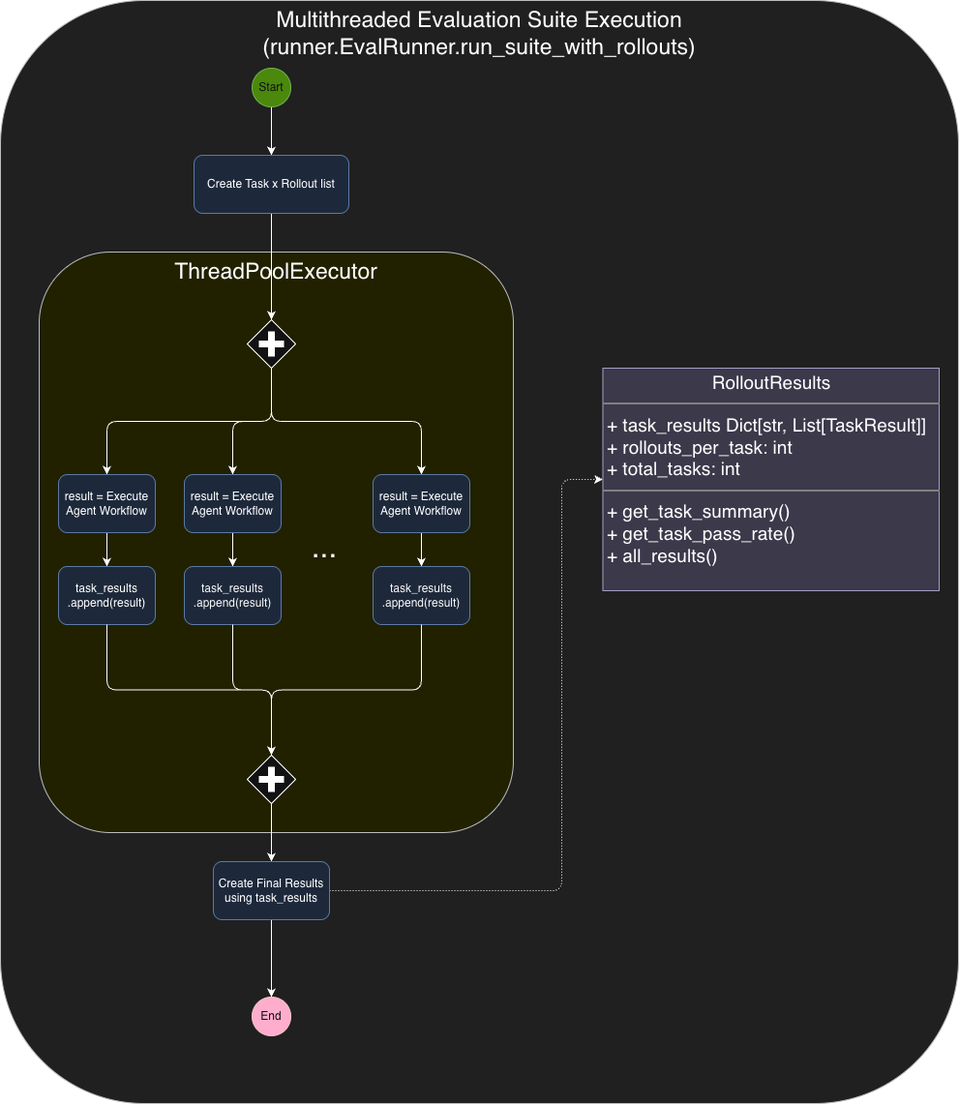
This is blog_post/diagrams/multithreaded_eval_suite.png from jbthejedi/llm-repo-agent, a draw.io export, as it was before one commit. Source tidied: cells renumbered, new cells last; positions are measured from the earlier drawing's top-left corner, leaving out a move shared by most shapes.
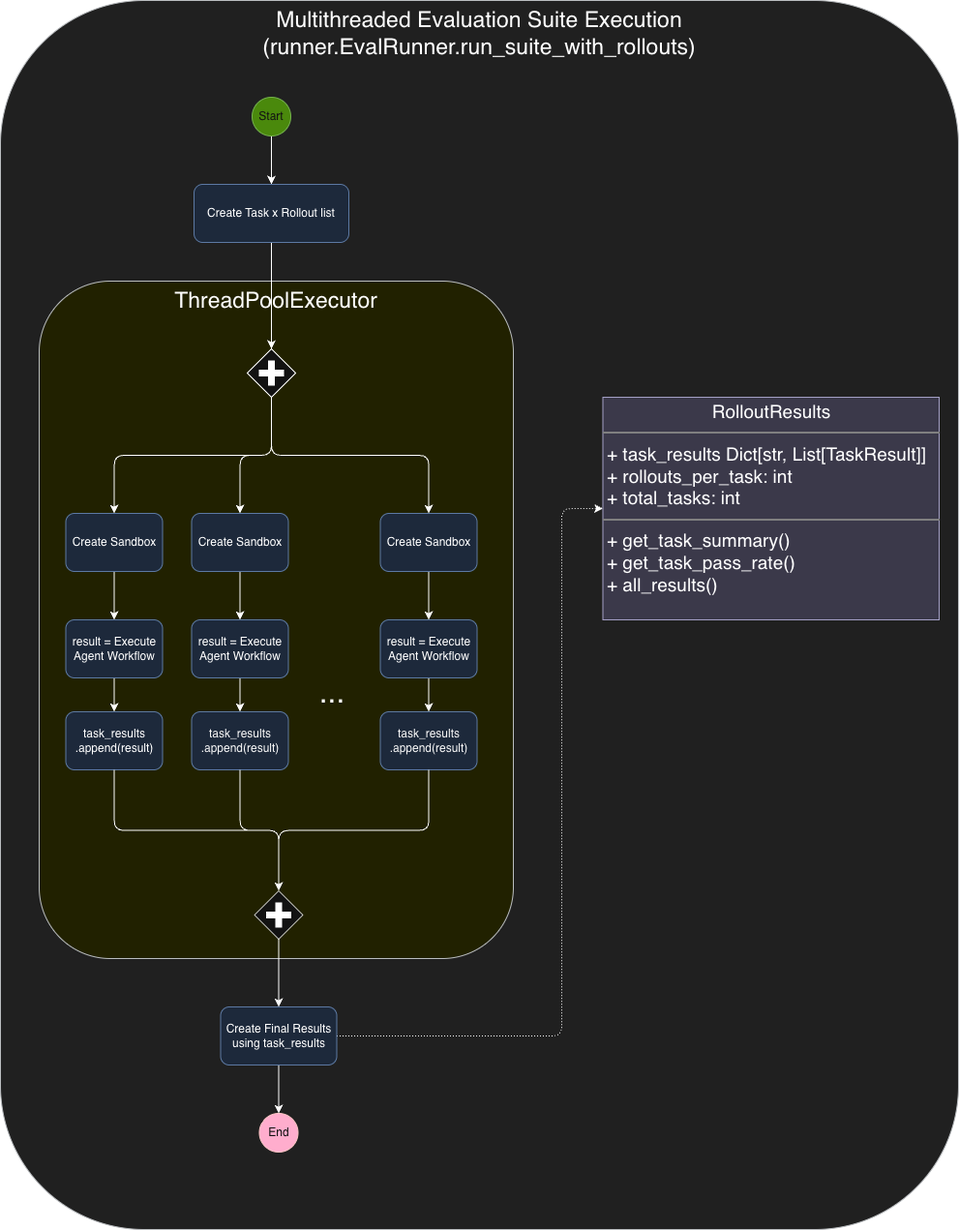
After the commit.

Change to the diagram source:
```diff
@@ -3,10 +3,10 @@
     <mxCell id="0" />
     <mxCell id="1" parent="0" />
     <mxCell id="2" value="Multithreaded Evaluation Suite Execution&lt;div&gt;(runner.EvalRunner.run_suite_with_rollouts)&lt;/div&gt;" style="rounded=1;whiteSpace=wrap;html=1;fillColor=#eeeeee;strokeColor=#36393d;verticalAlign=top;fontSize=23;" parent="1" vertex="1">
-      <mxGeometry width="990" height="1140" as="geometry" />
+      <mxGeometry y="-30" width="990" height="1270" as="geometry" />
     </mxCell>
     <mxCell id="3" value="ThreadPoolExecutor" style="rounded=1;whiteSpace=wrap;html=1;verticalAlign=top;fontSize=23;fillColor=#ffff88;strokeColor=#36393d;" parent="1" vertex="1">
-      <mxGeometry x="40" y="260" width="490" height="600" as="geometry" />
+      <mxGeometry x="40" y="260" width="490" height="700" as="geometry" />
     </mxCell>
     <mxCell id="4" style="edgeStyle=none;html=1;exitX=0.5;exitY=1;exitDx=0;exitDy=0;entryX=0.5;entryY=0;entryDx=0;entryDy=0;" parent="1" edge="1" source="5" target="10">
       <mxGeometry relative="1" as="geometry" />
@@ -18,7 +18,7 @@
       <mxGeometry relative="1" as="geometry" />
     </mxCell>
     <mxCell id="7" value="End" style="ellipse;whiteSpace=wrap;html=1;fillColor=#a20025;fontColor=#ffffff;strokeColor=#6F0000;" parent="1" vertex="1">
-      <mxGeometry x="260" y="1030" width="40" height="40" as="geometry" />
+      <mxGeometry x="267.5" y="1120" width="40" height="40" as="geometry" />
     </mxCell>
     <mxCell id="8" value="&lt;p style=&quot;margin:0px;margin-top:4px;text-align:center;&quot;&gt;&lt;font style=&quot;color: light-dark(rgb(0, 0, 0), rgb(255, 255, 255));&quot;&gt;RolloutResults&lt;/font&gt;&lt;/p&gt;&lt;hr style=&quot;border-style:solid;&quot;&gt;&lt;p style=&quot;margin:0px;margin-left:4px;&quot;&gt;&lt;font style=&quot;color: light-dark(rgb(0, 0, 0), rgb(255, 255, 255));&quot;&gt;+ task_results Dict[str, List[TaskResult]]&lt;br&gt;+ rollouts_per_task: int&lt;/font&gt;&lt;/p&gt;&lt;p style=&quot;margin:0px;margin-left:4px;&quot;&gt;&lt;font style=&quot;color: light-dark(rgb(0, 0, 0), rgb(255, 255, 255));&quot;&gt;+ total_tasks: int&lt;/font&gt;&lt;/p&gt;&lt;hr style=&quot;border-style:solid;&quot;&gt;&lt;p style=&quot;scrollbar-color: rgb(75, 75, 75) rgb(27, 29, 30); margin: 0px 0px 0px 4px; color: rgb(192, 192, 192);&quot;&gt;&lt;font style=&quot;color: light-dark(rgb(0, 0, 0), rgb(255, 255, 255));&quot;&gt;+ get_task_summary()&lt;/font&gt;&lt;/p&gt;&lt;p style=&quot;scrollbar-color: rgb(75, 75, 75) rgb(27, 29, 30); margin: 0px 0px 0px 4px; color: rgb(192, 192, 192);&quot;&gt;&lt;font style=&quot;color: light-dark(rgb(0, 0, 0), rgb(255, 255, 255));&quot;&gt;+ get_task_pass_rate()&lt;br style=&quot;scrollbar-color: rgb(75, 75, 75) rgb(27, 29, 30); color: rgb(192, 192, 192);&quot;&gt;&lt;/font&gt;&lt;/p&gt;&lt;p style=&quot;scrollbar-color: rgb(75, 75, 75) rgb(27, 29, 30); margin: 0px 0px 0px 4px; color: rgb(192, 192, 192);&quot;&gt;&lt;font style=&quot;color: light-dark(rgb(0, 0, 0), rgb(255, 255, 255));&quot;&gt;+ all_results()&lt;/font&gt;&lt;/p&gt;" style="verticalAlign=top;align=left;overflow=fill;html=1;whiteSpace=wrap;fontSize=19;fillColor=#d0cee2;strokeColor=#56517e;labelBackgroundColor=none;" parent="1" vertex="1">
       <mxGeometry x="622.5" y="380" width="347.5" height="230" as="geometry" />
@@ -29,15 +29,15 @@
     <mxCell id="10" value="Create Task x Rollout list" style="rounded=1;whiteSpace=wrap;html=1;fillColor=#dae8fc;strokeColor=#6c8ebf;" parent="1" vertex="1">
       <mxGeometry x="200" y="160" width="160" height="60" as="geometry" />
     </mxCell>
-    <mxCell id="11" style="edgeStyle=orthogonalEdgeStyle;html=1;exitX=0.5;exitY=1;exitDx=0;exitDy=0;exitPerimeter=0;entryX=0.5;entryY=0;entryDx=0;entryDy=0;" parent="1" edge="1" source="14" target="18">
-      <mxGeometry relative="1" as="geometry" />
-    </mxCell>
-    <mxCell id="12" style="edgeStyle=orthogonalEdgeStyle;html=1;exitX=0.5;exitY=1;exitDx=0;exitDy=0;exitPerimeter=0;entryX=0.5;entryY=0;entryDx=0;entryDy=0;" parent="1" edge="1" source="14" target="20">
-      <mxGeometry relative="1" as="geometry" />
-    </mxCell>
-    <mxCell id="13" style="edgeStyle=orthogonalEdgeStyle;html=1;exitX=0.5;exitY=1;exitDx=0;exitDy=0;exitPerimeter=0;entryX=0.5;entryY=0;entryDx=0;entryDy=0;" parent="1" edge="1" source="14" target="22">
-      <mxGeometry relative="1" as="geometry" />
-    </mxCell>
+    <mxCell id="32" style="edgeStyle=orthogonalEdgeStyle;html=1;exitX=0.5;exitY=1;exitDx=0;exitDy=0;exitPerimeter=0;entryX=0.5;entryY=0;entryDx=0;entryDy=0;" parent="1" edge="1" source="14" target="36">
+      <mxGeometry relative="1" as="geometry" />
+    </mxCell>
+    <mxCell id="33" style="edgeStyle=orthogonalEdgeStyle;html=1;exitX=0.5;exitY=1;exitDx=0;exitDy=0;exitPerimeter=0;entryX=0.5;entryY=0;entryDx=0;entryDy=0;" parent="1" edge="1" source="14" target="38">
+      <mxGeometry relative="1" as="geometry" />
+    </mxCell>
+    <mxCell id="34" style="edgeStyle=orthogonalEdgeStyle;html=1;exitX=0.5;exitY=1;exitDx=0;exitDy=0;exitPerimeter=0;entryX=0.5;entryY=0;entryDx=0;entryDy=0;" parent="1" edge="1" source="14" target="40">
+      <mxGeometry relative="1" as="geometry" />
+    </mxCell>
     <mxCell id="14" style="points=[[0.25,0.25,0],[0.5,0,0],[0.75,0.25,0],[1,0.5,0],[0.75,0.75,0],[0.5,1,0],[0.25,0.75,0],[0,0.5,0]];shape=mxgraph.bpmn.gateway2;html=1;verticalLabelPosition=bottom;labelBackgroundColor=#ffffff;verticalAlign=top;align=center;perimeter=rhombusPerimeter;outlineConnect=0;outline=none;symbol=none;gwType=parallel;" parent="1" vertex="1">
       <mxGeometry x="255" y="330" width="50" height="50" as="geometry" />
     </mxCell>
@@ -45,37 +45,37 @@
       <mxGeometry relative="1" as="geometry" />
     </mxCell>
     <mxCell id="16" style="points=[[0.25,0.25,0],[0.5,0,0],[0.75,0.25,0],[1,0.5,0],[0.75,0.75,0],[0.5,1,0],[0.25,0.75,0],[0,0.5,0]];shape=mxgraph.bpmn.gateway2;html=1;verticalLabelPosition=bottom;labelBackgroundColor=#ffffff;verticalAlign=top;align=center;perimeter=rhombusPerimeter;outlineConnect=0;outline=none;symbol=none;gwType=parallel;" parent="1" vertex="1">
-      <mxGeometry x="255" y="780" width="50" height="50" as="geometry" />
+      <mxGeometry x="262.5" y="890" width="50" height="50" as="geometry" />
     </mxCell>
     <mxCell id="17" style="edgeStyle=none;html=1;exitX=0.5;exitY=1;exitDx=0;exitDy=0;entryX=0.5;entryY=0;entryDx=0;entryDy=0;" parent="1" edge="1" source="18" target="24">
       <mxGeometry relative="1" as="geometry" />
     </mxCell>
     <mxCell id="18" value="result = Execute Agent Workflow" style="rounded=1;whiteSpace=wrap;html=1;fillColor=#dae8fc;strokeColor=#6c8ebf;fontColor=light-dark(#000000,#FFFFFF);" parent="1" vertex="1">
-      <mxGeometry x="60" y="490" width="100" height="60" as="geometry" />
+      <mxGeometry x="67.5" y="610" width="100" height="60" as="geometry" />
     </mxCell>
     <mxCell id="19" style="edgeStyle=none;html=1;exitX=0.5;exitY=1;exitDx=0;exitDy=0;entryX=0.5;entryY=0;entryDx=0;entryDy=0;" parent="1" edge="1" source="20" target="25">
       <mxGeometry relative="1" as="geometry" />
     </mxCell>
     <mxCell id="20" value="&lt;span style=&quot;&quot;&gt;result = Execute Agent Workflow&lt;/span&gt;" style="rounded=1;whiteSpace=wrap;html=1;fillColor=#dae8fc;strokeColor=#6c8ebf;fontColor=light-dark(#000000,#FFFFFF);" parent="1" vertex="1">
-      <mxGeometry x="190" y="490" width="100" height="60" as="geometry" />
+      <mxGeometry x="197.5" y="610" width="100" height="60" as="geometry" />
     </mxCell>
     <mxCell id="21" style="edgeStyle=none;html=1;exitX=0.5;exitY=1;exitDx=0;exitDy=0;entryX=0.5;entryY=0;entryDx=0;entryDy=0;" parent="1" edge="1" source="22" target="26">
       <mxGeometry relative="1" as="geometry" />
     </mxCell>
     <mxCell id="22" value="&lt;span style=&quot;&quot;&gt;result = Execute Agent Workflow&lt;/span&gt;" style="rounded=1;whiteSpace=wrap;html=1;fillColor=#dae8fc;strokeColor=#6c8ebf;fontColor=light-dark(#000000,#FFFFFF);" parent="1" vertex="1">
-      <mxGeometry x="385" y="490" width="100" height="60" as="geometry" />
+      <mxGeometry x="392.5" y="610" width="100" height="60" as="geometry" />
     </mxCell>
     <mxCell id="23" value="..." style="text;html=1;align=center;verticalAlign=middle;whiteSpace=wrap;rounded=0;fontSize=32;" parent="1" vertex="1">
-      <mxGeometry x="305" y="550" width="60" height="30" as="geometry" />
+      <mxGeometry x="312.5" y="670" width="60" height="30" as="geometry" />
     </mxCell>
     <mxCell id="24" value="task_results&lt;div&gt;.append(result)&lt;/div&gt;" style="rounded=1;whiteSpace=wrap;html=1;fillColor=#dae8fc;strokeColor=#6c8ebf;" parent="1" vertex="1">
-      <mxGeometry x="60" y="585" width="100" height="60" as="geometry" />
+      <mxGeometry x="67.5" y="705" width="100" height="60" as="geometry" />
     </mxCell>
     <mxCell id="25" value="&lt;span style=&quot;&quot;&gt;task_results&lt;/span&gt;&lt;div style=&quot;scrollbar-color: rgb(75, 75, 75) rgb(27, 29, 30);&quot;&gt;.append(result)&lt;/div&gt;" style="rounded=1;whiteSpace=wrap;html=1;fillColor=#dae8fc;strokeColor=#6c8ebf;fontColor=light-dark(#000000,#F5F5F5);" parent="1" vertex="1">
-      <mxGeometry x="190" y="585" width="100" height="60" as="geometry" />
+      <mxGeometry x="197.5" y="705" width="100" height="60" as="geometry" />
     </mxCell>
     <mxCell id="26" value="&lt;span style=&quot;&quot;&gt;task_results&lt;/span&gt;&lt;div style=&quot;scrollbar-color: rgb(75, 75, 75) rgb(27, 29, 30);&quot;&gt;.append(result)&lt;/div&gt;" style="rounded=1;whiteSpace=wrap;html=1;fillColor=#dae8fc;strokeColor=#6c8ebf;fontColor=light-dark(#000000,#F5F5F5);" parent="1" vertex="1">
-      <mxGeometry x="385" y="585" width="100" height="60" as="geometry" />
+      <mxGeometry x="392.5" y="705" width="100" height="60" as="geometry" />
     </mxCell>
     <mxCell id="27" style="edgeStyle=orthogonalEdgeStyle;html=1;exitX=0.5;exitY=1;exitDx=0;exitDy=0;entryX=0.5;entryY=0;entryDx=0;entryDy=0;entryPerimeter=0;" parent="1" edge="1" source="24" target="16">
       <mxGeometry relative="1" as="geometry" />
@@ -89,13 +89,31 @@
     <mxCell id="30" style="edgeStyle=orthogonalEdgeStyle;html=1;exitX=1;exitY=0.5;exitDx=0;exitDy=0;entryX=0;entryY=0.5;entryDx=0;entryDy=0;dashed=1;dashPattern=1 2;" parent="1" edge="1" source="31" target="8">
       <mxGeometry relative="1" as="geometry">
         <Array as="points">
-          <mxPoint x="580" y="920" />
+          <mxPoint x="580" y="1040" />
           <mxPoint x="580" y="495" />
         </Array>
       </mxGeometry>
     </mxCell>
     <mxCell id="31" value="Create Final Results&lt;br&gt;using task_results" style="rounded=1;whiteSpace=wrap;html=1;fillColor=#dae8fc;strokeColor=#6c8ebf;" parent="1" vertex="1">
-      <mxGeometry x="220" y="890" width="120" height="60" as="geometry" />
+      <mxGeometry x="227.5" y="1010" width="120" height="60" as="geometry" />
     </mxCell>
+    <mxCell id="35" style="edgeStyle=none;html=1;exitX=0.5;exitY=1;exitDx=0;exitDy=0;entryX=0.5;entryY=0;entryDx=0;entryDy=0;" parent="1" edge="1" source="36" target="18">
+      <mxGeometry relative="1" as="geometry" />
+    </mxCell>
+    <mxCell id="36" value="Create Sandbox" style="rounded=1;whiteSpace=wrap;html=1;fillColor=#dae8fc;strokeColor=#6c8ebf;fontColor=light-dark(#000000,#FFFFFF);" parent="1" vertex="1">
+      <mxGeometry x="67.5" y="500" width="100" height="60" as="geometry" />
+    </mxCell>
+    <mxCell id="37" style="edgeStyle=none;html=1;exitX=0.5;exitY=1;exitDx=0;exitDy=0;entryX=0.5;entryY=0;entryDx=0;entryDy=0;" parent="1" edge="1" source="38" target="20">
+      <mxGeometry relative="1" as="geometry" />
+    </mxCell>
+    <mxCell id="38" value="&lt;span style=&quot;&quot;&gt;Create Sandbox&lt;/span&gt;" style="rounded=1;whiteSpace=wrap;html=1;fillColor=#dae8fc;strokeColor=#6c8ebf;fontColor=light-dark(#000000,#FFFFFF);" parent="1" vertex="1">
+      <mxGeometry x="197.5" y="500" width="100" height="60" as="geometry" />
+    </mxCell>
+    <mxCell id="39" style="edgeStyle=none;html=1;exitX=0.5;exitY=1;exitDx=0;exitDy=0;entryX=0.5;entryY=0;entryDx=0;entryDy=0;" parent="1" edge="1" source="40" target="22">
+      <mxGeometry relative="1" as="geometry" />
+    </mxCell>
+    <mxCell id="40" value="&lt;span style=&quot;&quot;&gt;Create Sandbox&lt;/span&gt;" style="rounded=1;whiteSpace=wrap;html=1;fillColor=#dae8fc;strokeColor=#6c8ebf;fontColor=light-dark(#000000,#FFFFFF);" parent="1" vertex="1">
+      <mxGeometry x="392.5" y="500" width="100" height="60" as="geometry" />
+    </mxCell>
   </root>
 </mxGraphModel>
```
